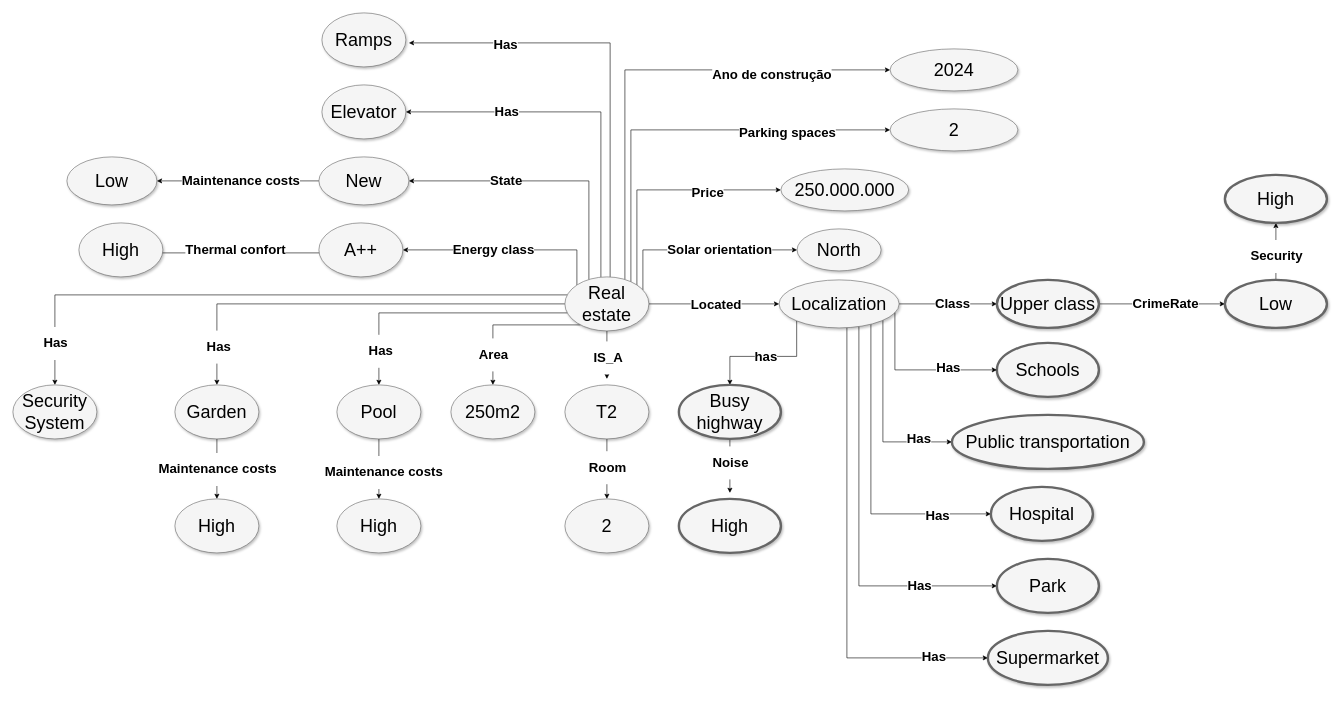
Above: Documents/RedeSemantica.drawio in theneuralnetworth/RealEstateAnalyzer (draw.io), before the change. Source tidied: cells renumbered, new cells numbered last; positions are measured from the earlier drawing's top-left corner, leaving out a move shared by most shapes. Both pictures are drawn from the tidied source at 60%, with x=0, y=0 at pixel (13, 13).
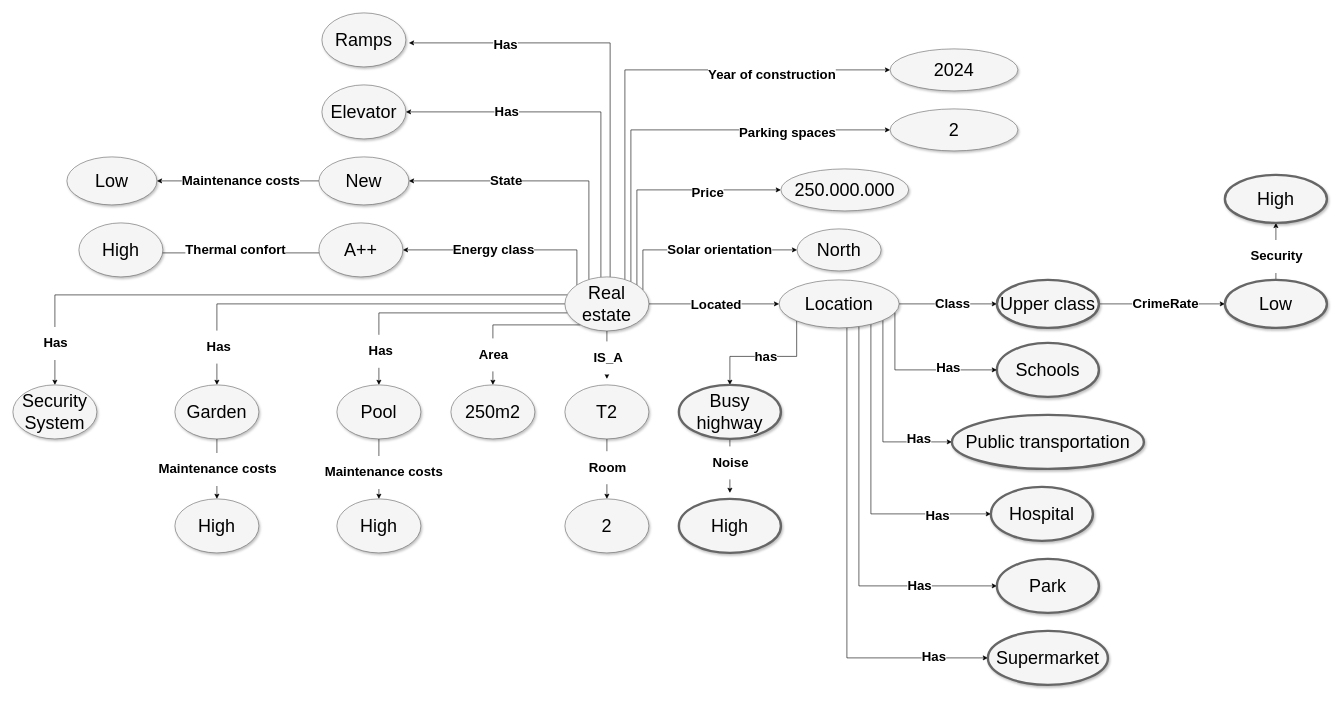
After the change.

The change refers to these unchanged cells:
```xml
<mxCell id="41" style="edgeStyle=orthogonalEdgeStyle;rounded=0;jettySize=auto;html=1;entryX=0;entryY=0.5;entryDx=0;entryDy=0;" parent="1" edge="1" source="43" target="82">
  <mxGeometry relative="1" as="geometry">
    <Array as="points">
      <mxPoint x="1020" y="95" />
    </Array>
  </mxGeometry>
</mxCell>
```

Change to the diagram source:
```diff
@@
-    <mxCell id="14" value="Localization" style="ellipse;whiteSpace=wrap;html=1;rounded=0;shadow=1;strokeColor=#666666;strokeWidth=1;fontSize=30;align=center;fillColor=#f5f5f5;" parent="1" vertex="1">
+    <mxCell id="14" value="Location" style="ellipse;whiteSpace=wrap;html=1;rounded=0;shadow=1;strokeColor=#666666;strokeWidth=1;fontSize=30;align=center;fillColor=#f5f5f5;" parent="1" vertex="1">
       <mxGeometry x="1277" y="445" width="200" height="80" as="geometry" />
     </mxCell>
@@
-    <mxCell id="42" value="&lt;h1&gt;Ano de construção&lt;/h1&gt;" style="edgeLabel;html=1;align=center;verticalAlign=middle;" parent="41" vertex="1">
+    <mxCell id="42" value="&lt;h1&gt;Year of construction&lt;/h1&gt;" style="edgeLabel;html=1;align=center;verticalAlign=middle;" parent="41" vertex="1">
       <mxGeometry x="0.5" y="-8" relative="1" as="geometry" />
     </mxCell>
```
